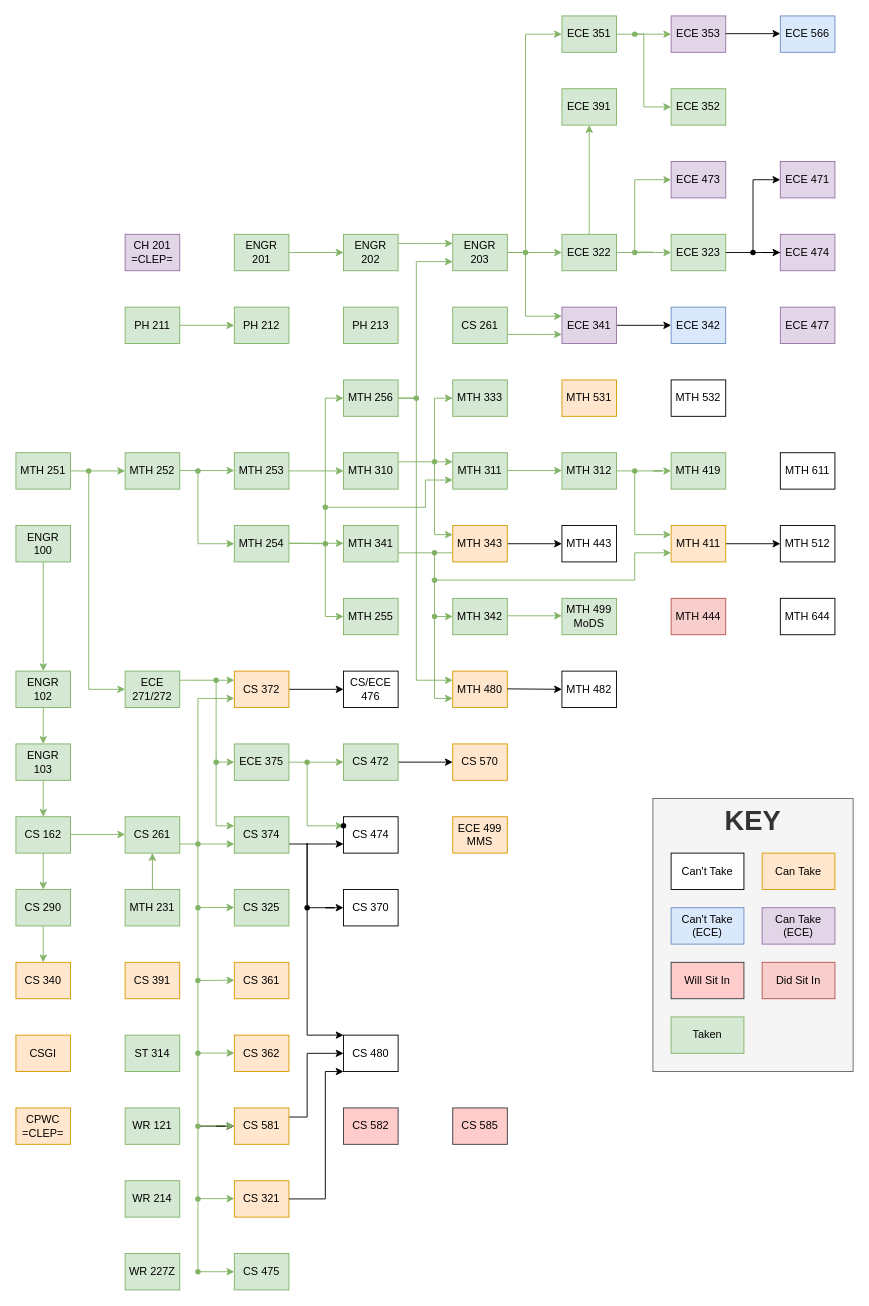
Earlier version of the draw.io diagram Classes.drawio (Jonas-Carew/Class-Flowchart). Source tidied: cells renumbered, new cells numbered last; positions are measured from the earlier drawing's top-left corner, leaving out a move shared by most shapes. Both pictures are drawn from the tidied source at 91%, with x=0, y=0 at pixel (15, 15).
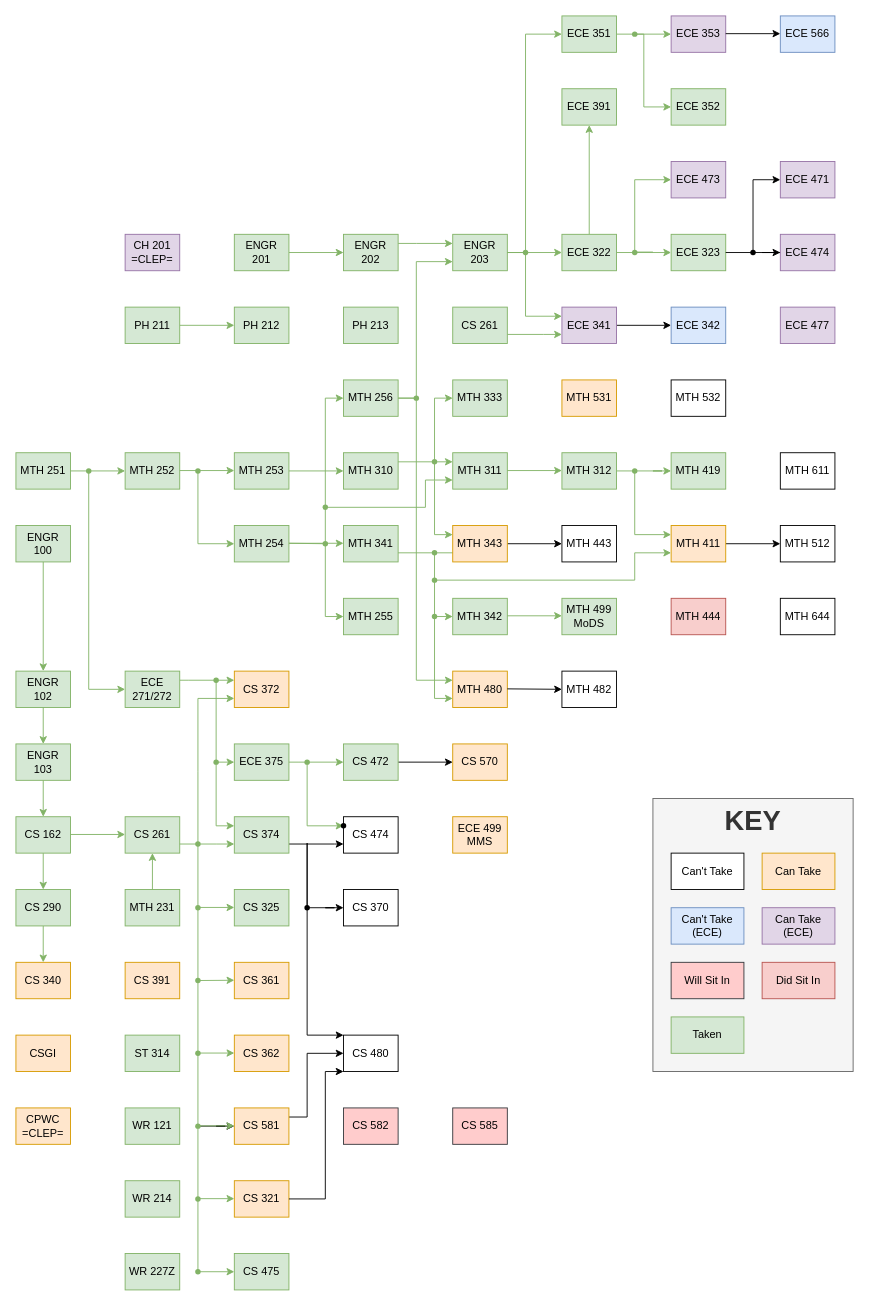
After the change.

Unchanged cells that the change refers to:
```xml
<mxCell id="55" value="&lt;div&gt;CS 372&lt;/div&gt;" style="rounded=0;whiteSpace=wrap;html=1;fillColor=#ffe6cc;strokeColor=#d79b00;" parent="1" vertex="1">
  <mxGeometry x="240" y="720" width="60" height="40" as="geometry" />
</mxCell>
```

The edit, as a diff of the source:
```diff
@@
-    <mxCell id="54" style="edgeStyle=orthogonalEdgeStyle;rounded=0;jettySize=auto;html=1;" parent="1" edge="1" source="55" target="109">
-      <mxGeometry relative="1" as="geometry" />
-    </mxCell>
@@
-    <mxCell id="109" value="CS/ECE 476" style="whiteSpace=wrap;html=1;rounded=0;" parent="1" vertex="1">
-      <mxGeometry x="360" y="720" width="60" height="40" as="geometry" />
-    </mxCell>
```
